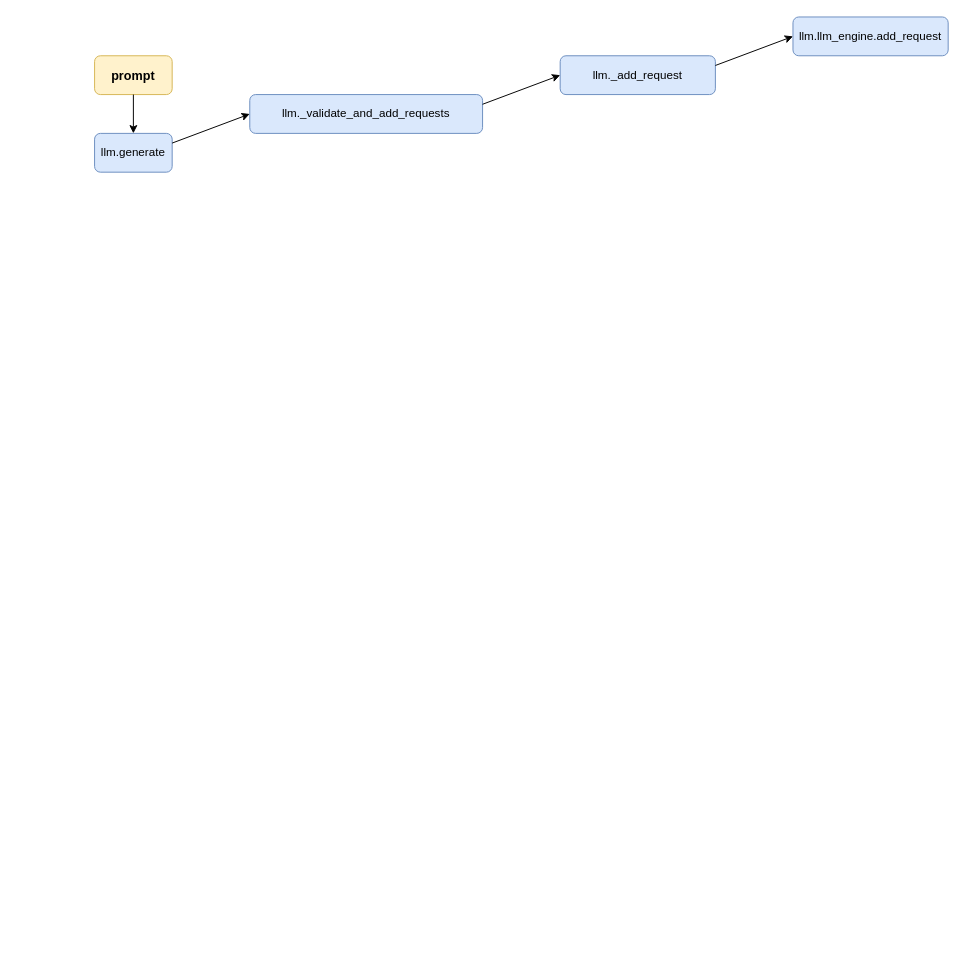
The draw.io diagram vllm.drawio in DestineG/drawio, before the edit. Source tidied: cells renumbered, new cells numbered last; positions are measured from the earlier drawing's top-left corner, leaving out a move shared by most shapes. Both pictures are drawn from the tidied source at 97%, with x=0, y=0 at pixel (94, 16).
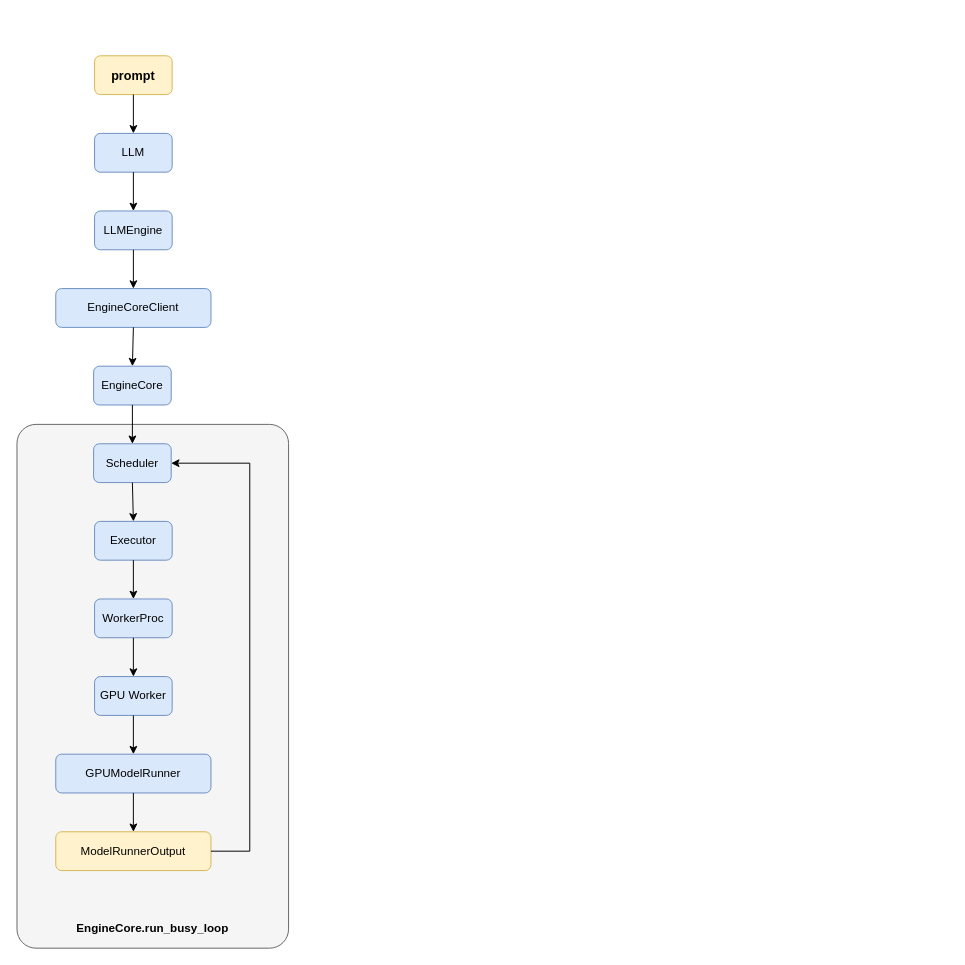
The same diagram, later.

Diff of the diagram source:
```diff
@@
+    <mxCell id="11" style="rounded=1;whiteSpace=wrap;html=1;arcSize=7;fillColor=#f5f5f5;strokeColor=#666666;fontColor=#333333;" parent="1" vertex="1">
+      <mxGeometry x="-80" y="420" width="280" height="540" as="geometry" />
+    </mxCell>
-    <mxCell id="2" value="llm.generate" style="rounded=1;whiteSpace=wrap;html=1;fillColor=#dae8fc;strokeColor=#6c8ebf;" parent="1" vertex="1">
+    <mxCell id="2" value="LLM" style="rounded=1;whiteSpace=wrap;html=1;fillColor=#dae8fc;strokeColor=#6c8ebf;" parent="1" vertex="1">
       <mxGeometry y="120" width="80" height="40" as="geometry" />
     </mxCell>
@@
-    <mxCell id="5" value="llm._validate_and_add_requests" style="rounded=1;whiteSpace=wrap;html=1;fillColor=#dae8fc;strokeColor=#6c8ebf;" parent="1" vertex="1">
-      <mxGeometry x="160" y="80" width="240" height="40" as="geometry" />
+    <mxCell id="5" value="LLMEngine" style="rounded=1;whiteSpace=wrap;html=1;fillColor=#dae8fc;strokeColor=#6c8ebf;" parent="1" vertex="1">
+      <mxGeometry y="200" width="80" height="40" as="geometry" />
     </mxCell>
+    <mxCell id="7" value="EngineCoreClient" style="rounded=1;whiteSpace=wrap;html=1;fillColor=#dae8fc;strokeColor=#6c8ebf;" parent="1" vertex="1">
+      <mxGeometry x="-40" y="280" width="160" height="40" as="geometry" />
+    </mxCell>
+    <mxCell id="9" value="EngineCore" style="rounded=1;whiteSpace=wrap;html=1;fillColor=#dae8fc;strokeColor=#6c8ebf;" parent="1" vertex="1">
+      <mxGeometry x="-1" y="360" width="80" height="40" as="geometry" />
+    </mxCell>
+    <mxCell id="12" value="Scheduler" style="rounded=1;whiteSpace=wrap;html=1;fillColor=#dae8fc;strokeColor=#6c8ebf;" parent="1" vertex="1">
+      <mxGeometry x="-1" y="440" width="80" height="40" as="geometry" />
+    </mxCell>
+    <mxCell id="13" value="Executor" style="rounded=1;whiteSpace=wrap;html=1;fillColor=#dae8fc;strokeColor=#6c8ebf;" parent="1" vertex="1">
+      <mxGeometry y="520" width="80" height="40" as="geometry" />
+    </mxCell>
+    <mxCell id="14" value="WorkerProc" style="rounded=1;whiteSpace=wrap;html=1;fillColor=#dae8fc;strokeColor=#6c8ebf;" parent="1" vertex="1">
+      <mxGeometry y="600" width="80" height="40" as="geometry" />
+    </mxCell>
+    <mxCell id="15" value="GPU Worker" style="rounded=1;whiteSpace=wrap;html=1;fillColor=#dae8fc;strokeColor=#6c8ebf;" parent="1" vertex="1">
+      <mxGeometry y="680" width="80" height="40" as="geometry" />
+    </mxCell>
+    <mxCell id="16" value="GPUModelRunner" style="rounded=1;whiteSpace=wrap;html=1;fillColor=#dae8fc;strokeColor=#6c8ebf;" parent="1" vertex="1">
+      <mxGeometry x="-40" y="760" width="160" height="40" as="geometry" />
+    </mxCell>
+    <mxCell id="17" value="ModelRunnerOutput" style="rounded=1;whiteSpace=wrap;html=1;fillColor=#fff2cc;strokeColor=#d6b656;" parent="1" vertex="1">
+      <mxGeometry x="-40" y="840" width="160" height="40" as="geometry" />
+    </mxCell>
-    <mxCell id="6" style="endArrow=classic;html=1;rounded=0;exitX=1;exitY=0.25;exitDx=0;exitDy=0;entryX=0;entryY=0.5;entryDx=0;entryDy=0;" parent="1" edge="1" source="2" target="5">
+    <mxCell id="6" style="endArrow=classic;html=1;rounded=0;exitX=0.5;exitY=1;exitDx=0;exitDy=0;entryX=0.5;entryY=0;entryDx=0;entryDy=0;" parent="1" edge="1" source="2" target="5">
       <mxGeometry relative="1" as="geometry" />
     </mxCell>
-    <mxCell id="7" value="llm._add_request" style="rounded=1;whiteSpace=wrap;html=1;fillColor=#dae8fc;strokeColor=#6c8ebf;" parent="1" vertex="1">
-      <mxGeometry x="480" y="40" width="160" height="40" as="geometry" />
-    </mxCell>
-    <mxCell id="8" style="endArrow=classic;html=1;rounded=0;entryX=0;entryY=0.5;entryDx=0;entryDy=0;exitX=1;exitY=0.25;exitDx=0;exitDy=0;" parent="1" edge="1" source="5" target="7">
+    <mxCell id="8" style="endArrow=classic;html=1;rounded=0;exitX=0.5;exitY=1;exitDx=0;exitDy=0;entryX=0.5;entryY=0;entryDx=0;entryDy=0;" parent="1" edge="1" source="5" target="7">
       <mxGeometry relative="1" as="geometry" />
     </mxCell>
-    <mxCell id="9" value="llm.llm_engine.add_request" style="rounded=1;whiteSpace=wrap;html=1;fillColor=#dae8fc;strokeColor=#6c8ebf;" parent="1" vertex="1">
-      <mxGeometry x="720" width="160" height="40" as="geometry" />
-    </mxCell>
-    <mxCell id="10" style="endArrow=classic;html=1;rounded=0;entryX=0;entryY=0.5;entryDx=0;entryDy=0;exitX=1;exitY=0.25;exitDx=0;exitDy=0;" parent="1" edge="1" source="7" target="9">
+    <mxCell id="10" style="endArrow=classic;html=1;rounded=0;exitX=0.5;exitY=1;exitDx=0;exitDy=0;entryX=0.5;entryY=0;entryDx=0;entryDy=0;" parent="1" edge="1" source="7" target="9">
       <mxGeometry relative="1" as="geometry" />
     </mxCell>
+    <mxCell id="18" style="endArrow=classic;html=1;rounded=0;exitX=0.5;exitY=1;exitDx=0;exitDy=0;entryX=0.5;entryY=0;entryDx=0;entryDy=0;" parent="1" edge="1" source="9" target="12">
+      <mxGeometry relative="1" as="geometry" />
+    </mxCell>
+    <mxCell id="19" style="endArrow=classic;html=1;rounded=0;exitX=0.5;exitY=1;exitDx=0;exitDy=0;entryX=0.5;entryY=0;entryDx=0;entryDy=0;" parent="1" edge="1" source="12" target="13">
+      <mxGeometry relative="1" as="geometry" />
+    </mxCell>
+    <mxCell id="20" style="endArrow=classic;html=1;rounded=0;exitX=0.5;exitY=1;exitDx=0;exitDy=0;entryX=0.5;entryY=0;entryDx=0;entryDy=0;" parent="1" edge="1" source="13" target="14">
+      <mxGeometry relative="1" as="geometry" />
+    </mxCell>
+    <mxCell id="21" style="endArrow=classic;html=1;rounded=0;exitX=0.5;exitY=1;exitDx=0;exitDy=0;entryX=0.5;entryY=0;entryDx=0;entryDy=0;" parent="1" edge="1" source="15" target="16">
+      <mxGeometry relative="1" as="geometry" />
+    </mxCell>
+    <mxCell id="22" style="endArrow=classic;html=1;rounded=0;exitX=0.5;exitY=1;exitDx=0;exitDy=0;entryX=0.5;entryY=0;entryDx=0;entryDy=0;" parent="1" edge="1" source="16" target="17">
+      <mxGeometry relative="1" as="geometry" />
+    </mxCell>
+    <mxCell id="23" style="endArrow=classic;html=1;rounded=0;exitX=0.5;exitY=1;exitDx=0;exitDy=0;entryX=0.5;entryY=0;entryDx=0;entryDy=0;" parent="1" edge="1" source="14" target="15">
+      <mxGeometry relative="1" as="geometry" />
+    </mxCell>
+    <mxCell id="24" style="endArrow=classic;html=1;rounded=0;exitX=1;exitY=0.5;exitDx=0;exitDy=0;entryX=1;entryY=0.5;entryDx=0;entryDy=0;" parent="1" edge="1" source="17" target="12">
+      <mxGeometry relative="1" as="geometry">
+        <Array as="points">
+          <mxPoint x="160" y="860" />
+          <mxPoint x="160" y="460" />
+        </Array>
+      </mxGeometry>
+    </mxCell>
+    <mxCell id="25" value="&lt;b&gt;EngineCore.run_busy_loop&lt;/b&gt;" style="text;html=1;whiteSpace=wrap;strokeColor=none;fillColor=none;align=center;verticalAlign=middle;rounded=0;" parent="1" vertex="1">
+      <mxGeometry x="-20" y="920" width="160" height="40" as="geometry" />
+    </mxCell>
```
